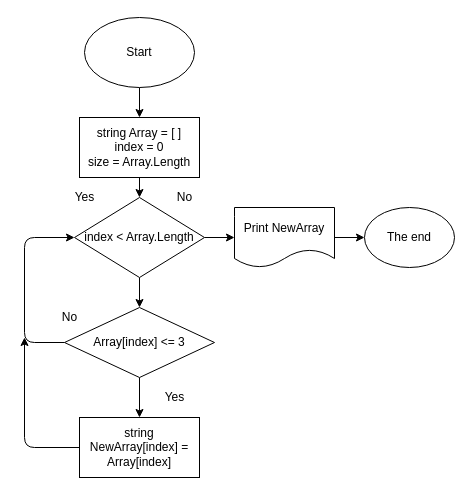
Before: Block_diagram.drawio in AnnPoyar/Final-attestation-work, a draw.io diagram. Source tidied: cells renumbered, new cells numbered last; positions are measured from the earlier drawing's top-left corner, leaving out a move shared by most shapes. Both pictures are drawn from the tidied source at 100%, with x=0, y=0 at pixel (24, 17).
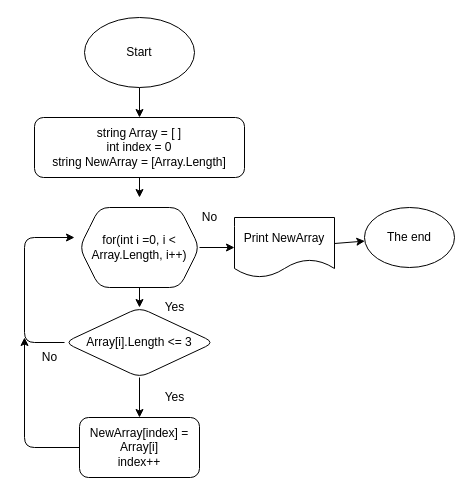
The same diagram, later.

Commit message:
block-diagram

Change to the diagram source:
```diff
@@
-    <mxCell id="3" value="Start" style="ellipse;whiteSpace=wrap;html=1;" parent="1" vertex="1">
+    <mxCell id="3" value="Start" style="ellipse;whiteSpace=wrap;html=1;rounded=1;" parent="1" vertex="1">
       <mxGeometry x="60" width="110" height="70" as="geometry" />
     </mxCell>
-    <mxCell id="4" style="edgeStyle=none;html=1;" parent="1" edge="1" source="5" target="8">
-      <mxGeometry relative="1" as="geometry" />
+    <mxCell id="4" style="edgeStyle=none;html=1;" parent="1" edge="1" source="5">
+      <mxGeometry relative="1" as="geometry">
+        <mxPoint x="115" y="180" as="targetPoint" />
+      </mxGeometry>
     </mxCell>
-    <mxCell id="5" value="string Array = [ ]&lt;br&gt;index = 0&lt;br&gt;size = Array.Length" style="whiteSpace=wrap;html=1;" parent="1" vertex="1">
-      <mxGeometry x="55" y="100" width="120" height="60" as="geometry" />
+    <mxCell id="5" value="string Array = [ ]&lt;br&gt;int index = 0&lt;br&gt;string NewArray = [Array.Length]" style="whiteSpace=wrap;html=1;rounded=1;" parent="1" vertex="1">
+      <mxGeometry x="10" y="100" width="210" height="60" as="geometry" />
     </mxCell>
-    <mxCell id="6" style="edgeStyle=none;html=1;" parent="1" edge="1" source="8">
-      <mxGeometry relative="1" as="geometry">
-        <mxPoint x="210" y="220" as="targetPoint" />
-      </mxGeometry>
-    </mxCell>
-    <mxCell id="7" style="edgeStyle=none;html=1;" parent="1" edge="1" source="8" target="14">
-      <mxGeometry relative="1" as="geometry" />
+    <mxCell id="7" style="edgeStyle=none;html=1;" parent="1" edge="1" target="14">
+      <mxGeometry relative="1" as="geometry">
+        <mxPoint x="115" y="260" as="sourcePoint" />
+      </mxGeometry>
     </mxCell>
-    <mxCell id="8" value="index &amp;lt; Array.Length" style="rhombus;whiteSpace=wrap;html=1;" parent="1" vertex="1">
-      <mxGeometry x="50" y="180" width="130" height="80" as="geometry" />
-    </mxCell>
@@
-    <mxCell id="10" value="Print NewArray" style="shape=document;whiteSpace=wrap;html=1;boundedLbl=1;" parent="1" vertex="1">
-      <mxGeometry x="210" y="190" width="100" height="60" as="geometry" />
+    <mxCell id="10" value="Print NewArray" style="shape=document;whiteSpace=wrap;html=1;boundedLbl=1;rounded=1;" parent="1" vertex="1">
+      <mxGeometry x="210" y="200" width="100" height="60" as="geometry" />
     </mxCell>
-    <mxCell id="11" value="The end" style="ellipse;whiteSpace=wrap;html=1;" parent="1" vertex="1">
+    <mxCell id="11" value="The end" style="ellipse;whiteSpace=wrap;html=1;rounded=1;" parent="1" vertex="1">
       <mxGeometry x="340" y="190" width="90" height="60" as="geometry" />
     </mxCell>
-    <mxCell id="12" style="edgeStyle=none;html=1;exitX=0;exitY=0.5;exitDx=0;exitDy=0;entryX=0;entryY=0.5;entryDx=0;entryDy=0;" parent="1" edge="1" source="14" target="8">
+    <mxCell id="12" style="edgeStyle=none;html=1;exitX=0;exitY=0.5;exitDx=0;exitDy=0;entryX=0;entryY=0.5;entryDx=0;entryDy=0;" parent="1" edge="1" source="14">
       <mxGeometry relative="1" as="geometry">
+        <mxPoint x="50" y="220" as="targetPoint" />
         <Array as="points">
           <mxPoint y="325" />
           <mxPoint y="220" />
         </Array>
       </mxGeometry>
     </mxCell>
@@
-    <mxCell id="14" value="Array[index] &amp;lt;= 3" style="rhombus;whiteSpace=wrap;html=1;" parent="1" vertex="1">
+    <mxCell id="14" value="Array[i].Length &amp;lt;= 3" style="rhombus;whiteSpace=wrap;html=1;rounded=1;" parent="1" vertex="1">
       <mxGeometry x="40" y="290" width="150" height="70" as="geometry" />
     </mxCell>
@@
-    <mxCell id="16" value="string NewArray[index] = Array[index]" style="whiteSpace=wrap;html=1;" parent="1" vertex="1">
+    <mxCell id="16" value="NewArray[index] = Array[i]&lt;br&gt;index++" style="whiteSpace=wrap;html=1;rounded=1;" parent="1" vertex="1">
       <mxGeometry x="55" y="400" width="120" height="60" as="geometry" />
     </mxCell>
+    <mxCell id="19" value="No" style="text;html=1;align=center;verticalAlign=middle;strokeColor=none;fillColor=none;rounded=1;" parent="1" vertex="1">
+      <mxGeometry x="10" y="330" width="30" height="20" as="geometry" />
+    </mxCell>
+    <mxCell id="20" value="Yes" style="text;html=1;align=center;verticalAlign=middle;strokeColor=none;fillColor=none;rounded=1;" parent="1" vertex="1">
+      <mxGeometry x="130" y="370" width="40" height="20" as="geometry" />
+    </mxCell>
+    <mxCell id="21" style="edgeStyle=none;html=1;" parent="1" edge="1" source="22" target="10">
+      <mxGeometry relative="1" as="geometry" />
+    </mxCell>
+    <mxCell id="22" value="for(int i =0, i &amp;lt; Array.Length, i++)" style="shape=hexagon;perimeter=hexagonPerimeter2;whiteSpace=wrap;html=1;fixedSize=1;rounded=1;" parent="1" vertex="1">
+      <mxGeometry x="55" y="190" width="120" height="80" as="geometry" />
+    </mxCell>
-    <mxCell id="17" value="No" style="text;html=1;align=center;verticalAlign=middle;strokeColor=none;fillColor=none;" parent="1" vertex="1">
-      <mxGeometry x="145" y="170" width="30" height="20" as="geometry" />
+    <mxCell id="17" value="No" style="text;html=1;align=center;verticalAlign=middle;strokeColor=none;fillColor=none;rounded=1;" parent="1" vertex="1">
+      <mxGeometry x="170" y="190" width="30" height="20" as="geometry" />
     </mxCell>
-    <mxCell id="18" value="Yes" style="text;html=1;align=center;verticalAlign=middle;strokeColor=none;fillColor=none;" parent="1" vertex="1">
-      <mxGeometry x="40" y="170" width="40" height="20" as="geometry" />
+    <mxCell id="18" value="Yes" style="text;html=1;align=center;verticalAlign=middle;strokeColor=none;fillColor=none;rounded=1;" parent="1" vertex="1">
+      <mxGeometry x="130" y="280" width="40" height="20" as="geometry" />
     </mxCell>
-    <mxCell id="19" value="No" style="text;html=1;align=center;verticalAlign=middle;strokeColor=none;fillColor=none;" parent="1" vertex="1">
-      <mxGeometry x="30" y="290" width="30" height="20" as="geometry" />
-    </mxCell>
-    <mxCell id="20" value="Yes" style="text;html=1;align=center;verticalAlign=middle;strokeColor=none;fillColor=none;" parent="1" vertex="1">
-      <mxGeometry x="130" y="370" width="40" height="20" as="geometry" />
-    </mxCell>
```
